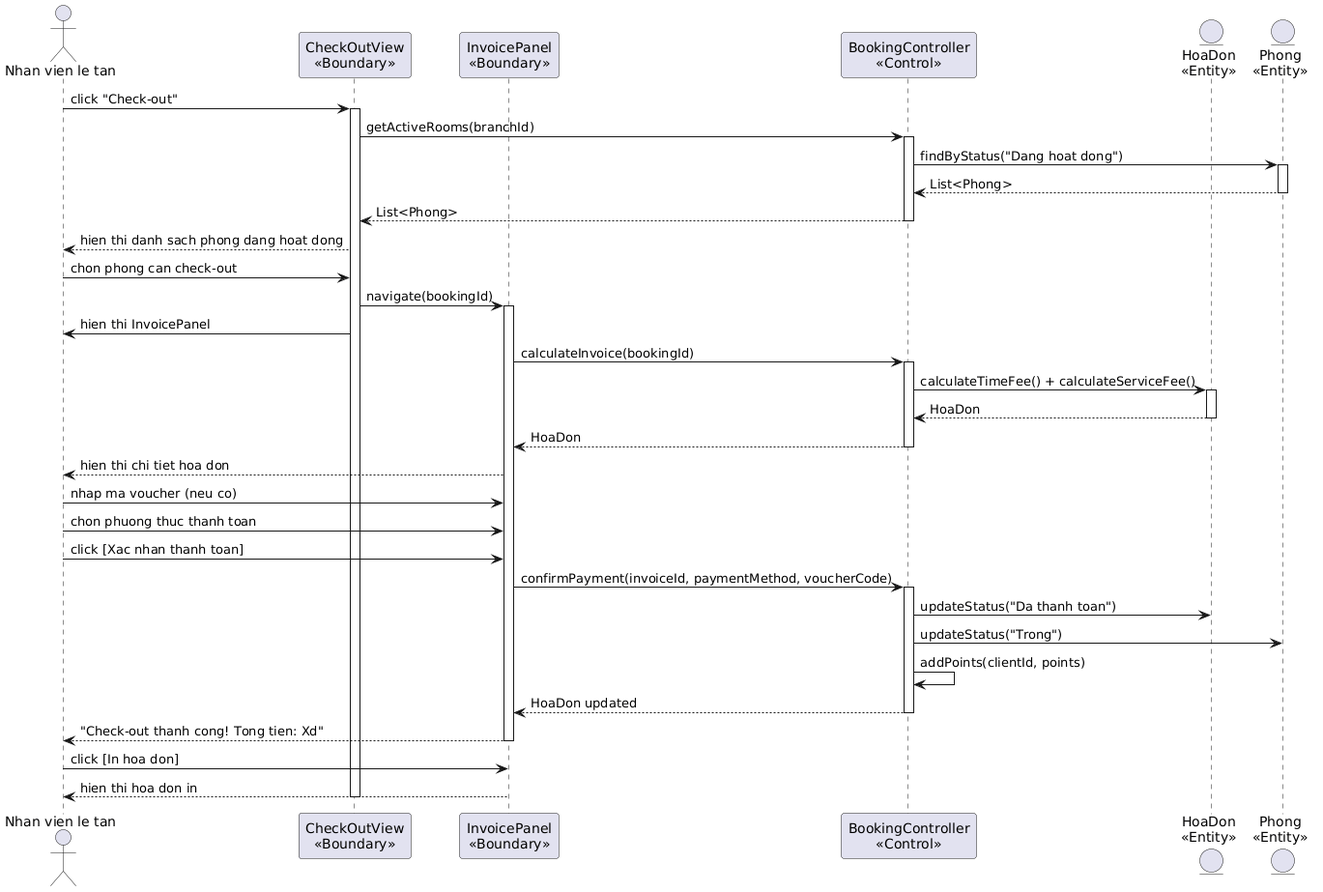
Before: output/diagrams/booking_seq_3.png, a diagram exported from PlantUML (thanhtrnnn/cnpm).
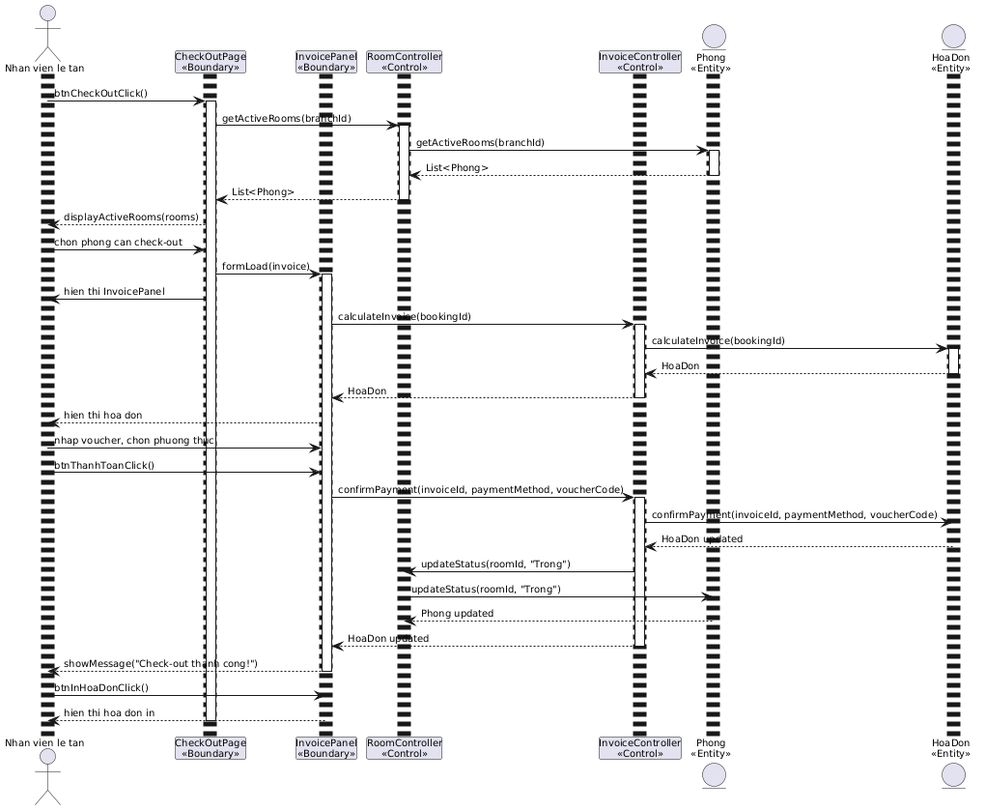
Above is the later version.

Diff of the diagram source:
```diff
@@ -1,52 +1,67 @@
 @startuml
+skinparam defaultFontName "Arial"
+skinparam defaultFontSize 10
+skinparam shadowing false
+
+<style>
+sequenceDiagram {
+  actor { Padding 2 Margin 2 FontName "Arial" FontSize 10 }
+  participant { Padding 2 Margin 2 FontName "Arial" FontSize 10 }
+  lifeLine { LineThickness 1 Padding 4 }
+  message { FontName "Arial" FontSize 10 Padding 1 }
+}
+</style>
+
 actor "Nhan vien le tan" as NV
-participant "CheckOutView\n<<Boundary>>" as CheckOut
+participant "CheckOutPage\n<<Boundary>>" as CheckOut
 participant "InvoicePanel\n<<Boundary>>" as Invoice
-participant "BookingController\n<<Control>>" as Ctrl
+participant "RoomController\n<<Control>>" as RoomCtrl
+participant "InvoiceController\n<<Control>>" as InvCtrl
+entity "Phong\n<<Entity>>" as Phong
 entity "HoaDon\n<<Entity>>" as HD
-entity "Phong\n<<Entity>>" as Phong
 
-NV -> CheckOut: click "Check-out"
+NV -> CheckOut: btnCheckOutClick()
 activate CheckOut
-CheckOut -> Ctrl: getActiveRooms(branchId)
-activate Ctrl
-Ctrl -> Phong: findByStatus("Dang hoat dong")
+CheckOut -> RoomCtrl: getActiveRooms(branchId)
+activate RoomCtrl
+RoomCtrl -> Phong: getActiveRooms(branchId)
 activate Phong
-Phong --> Ctrl: List<Phong>
+Phong --> RoomCtrl: List<Phong>
 deactivate Phong
-Ctrl --> CheckOut: List<Phong>
-deactivate Ctrl
-CheckOut --> NV: hien thi danh sach phong dang hoat dong
+RoomCtrl --> CheckOut: List<Phong>
+deactivate RoomCtrl
+CheckOut --> NV: displayActiveRooms(rooms)
 
 NV -> CheckOut: chon phong can check-out
-CheckOut -> Invoice: navigate(bookingId)
+CheckOut -> Invoice: formLoad(invoice)
 activate Invoice
 CheckOut -> NV: hien thi InvoicePanel
 
-Invoice -> Ctrl: calculateInvoice(bookingId)
-activate Ctrl
-Ctrl -> HD: calculateTimeFee() + calculateServiceFee()
+Invoice -> InvCtrl: calculateInvoice(bookingId)
+activate InvCtrl
+InvCtrl -> HD: calculateInvoice(bookingId)
 activate HD
-HD --> Ctrl: HoaDon
+HD --> InvCtrl: HoaDon
 deactivate HD
-Ctrl --> Invoice: HoaDon
-deactivate Ctrl
-Invoice --> NV: hien thi chi tiet hoa don
+InvCtrl --> Invoice: HoaDon
+deactivate InvCtrl
+Invoice --> NV: hien thi hoa don
 
-NV -> Invoice: nhap ma voucher (neu co)
-NV -> Invoice: chon phuong thuc thanh toan
-NV -> Invoice: click [Xac nhan thanh toan]
-Invoice -> Ctrl: confirmPayment(invoiceId, paymentMethod, voucherCode)
-activate Ctrl
-Ctrl -> HD: updateStatus("Da thanh toan")
-Ctrl -> Phong: updateStatus("Trong")
-Ctrl -> Ctrl: addPoints(clientId, points)
-Ctrl --> Invoice: HoaDon updated
-deactivate Ctrl
-Invoice --> NV: "Check-out thanh cong! Tong tien: Xd"
+NV -> Invoice: nhap voucher, chon phuong thuc
+NV -> Invoice: btnThanhToanClick()
+Invoice -> InvCtrl: confirmPayment(invoiceId, paymentMethod, voucherCode)
+activate InvCtrl
+InvCtrl -> HD: confirmPayment(invoiceId, paymentMethod, voucherCode)
+HD --> InvCtrl: HoaDon updated
+InvCtrl -> RoomCtrl: updateStatus(roomId, "Trong")
+RoomCtrl -> Phong: updateStatus(roomId, "Trong")
+Phong --> RoomCtrl: Phong updated
+InvCtrl --> Invoice: HoaDon updated
+deactivate InvCtrl
+Invoice --> NV: showMessage("Check-out thanh cong!")
 deactivate Invoice
 
-NV -> Invoice: click [In hoa don]
+NV -> Invoice: btnInHoaDonClick()
 Invoice --> NV: hien thi hoa don in
 deactivate CheckOut
 @enduml
```
